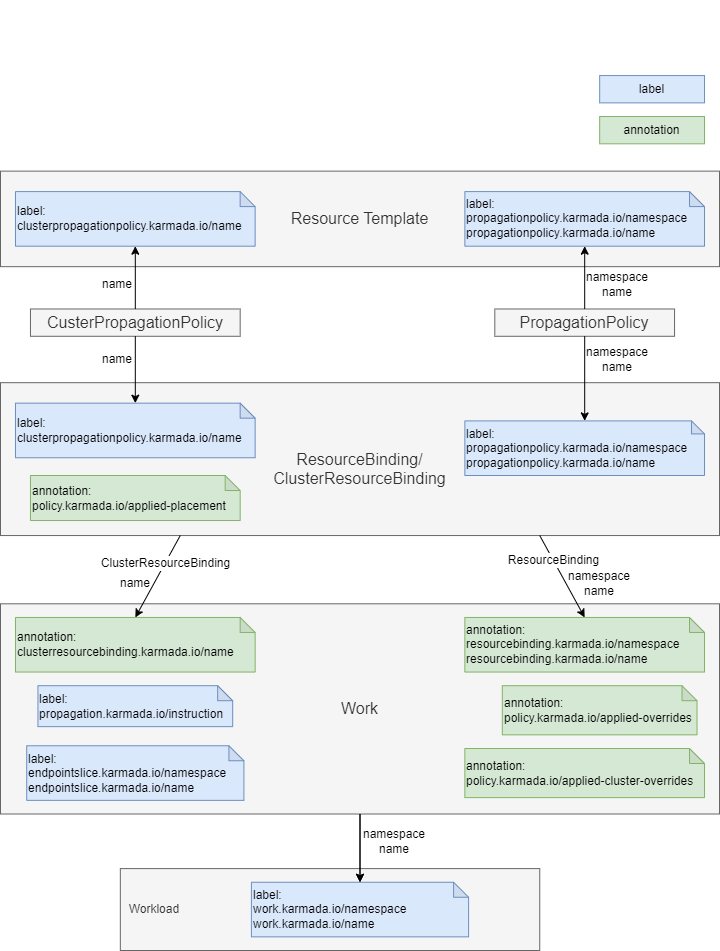
Before: docs/resources/general/object-association-map.png, a diagram exported from draw.io (karmada-io/website). Source tidied: cells renumbered, new cells last; positions are measured from the earlier drawing's top-left corner, leaving out a move shared by most shapes.
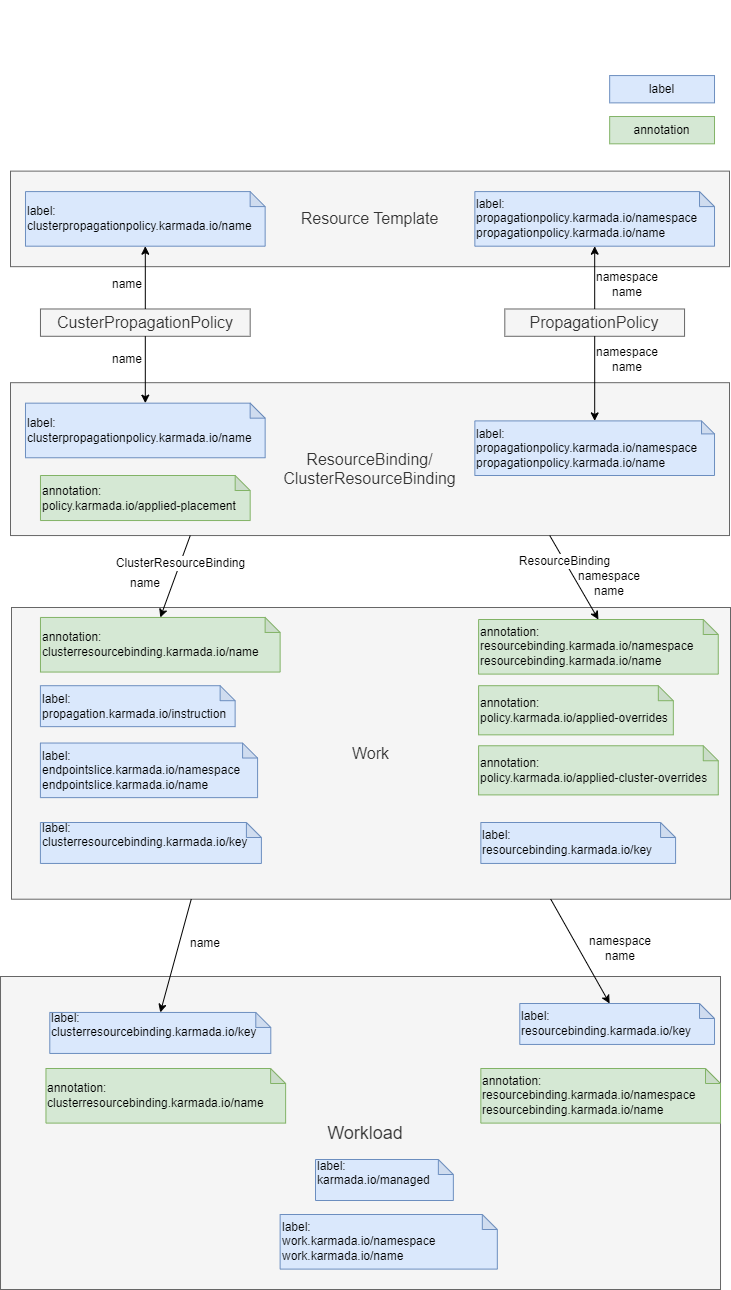
After the commit.

Commit message:
Update workload label and annotation

Change to the diagram source:
```diff
@@ -42,13 +42,13 @@
       <mxGeometry x="30" y="475" width="209.7" height="45" as="geometry" />
     </mxCell>
     <mxCell id="15" value="&lt;font style=&quot;font-size: 16px&quot;&gt;Work&lt;/font&gt;" style="rounded=0;whiteSpace=wrap;html=1;align=center;labelPosition=center;verticalLabelPosition=middle;verticalAlign=middle;fillColor=#f5f5f5;strokeColor=#666666;fontColor=#333333;" parent="1" vertex="1">
-      <mxGeometry y="603.3" width="719" height="210.2" as="geometry" />
+      <mxGeometry x="1" y="607" width="719" height="291.7" as="geometry" />
     </mxCell>
     <mxCell id="16" value="&lt;div style=&quot;font-size: 12px;&quot;&gt;&lt;span style=&quot;font-size: 12px;&quot;&gt;annotation:&lt;/span&gt;&lt;/div&gt;&lt;div style=&quot;&quot;&gt;clusterresourcebinding.karmada.io/name&lt;br style=&quot;font-size: 12px;&quot;&gt;&lt;/div&gt;" style="shape=note;html=1;backgroundOutline=1;darkOpacity=0.05;rounded=0;fontSize=12;align=left;size=15;whiteSpace=wrap;fillColor=#d5e8d4;strokeColor=#82b366;" parent="1" vertex="1">
-      <mxGeometry x="15" y="617" width="239.7" height="54.6" as="geometry" />
+      <mxGeometry x="30" y="617" width="239.7" height="54.6" as="geometry" />
     </mxCell>
     <mxCell id="17" value="&lt;div style=&quot;font-size: 12px;&quot;&gt;&lt;span style=&quot;font-size: 12px;&quot;&gt;annotation:&lt;/span&gt;&lt;/div&gt;&lt;div style=&quot;font-size: 12px;&quot;&gt;&lt;div style=&quot;font-size: 12px;&quot;&gt;resourcebinding.karmada.io/namespace&lt;/div&gt;&lt;div style=&quot;font-size: 12px;&quot;&gt;resourcebinding.karmada.io/name&lt;/div&gt;&lt;/div&gt;" style="shape=note;html=1;backgroundOutline=1;darkOpacity=0.05;rounded=0;fontSize=12;align=left;size=15;whiteSpace=wrap;fillColor=#d5e8d4;strokeColor=#82b366;" parent="1" vertex="1">
-      <mxGeometry x="464.4" y="617" width="239.7" height="54.6" as="geometry" />
+      <mxGeometry x="468.1" y="619" width="239.7" height="54.6" as="geometry" />
     </mxCell>
     <mxCell id="18" style="endArrow=classic;html=1;fontFamily=Helvetica;fontSize=8;exitX=0.5;exitY=0;exitDx=0;exitDy=0;entryX=0.5;entryY=1;entryDx=0;entryDy=0;entryPerimeter=0;" parent="1" edge="1" source="8" target="10">
       <mxGeometry x="59" y="240.6" as="geometry" />
@@ -75,27 +75,27 @@
       <mxGeometry x="-0.41" relative="1" as="geometry" />
     </mxCell>
     <mxCell id="26" value="&lt;div style=&quot;font-size: 12px;&quot;&gt;&lt;span style=&quot;font-size: 12px;&quot;&gt;label:&lt;/span&gt;&lt;/div&gt;&lt;div style=&quot;font-size: 12px;&quot;&gt;propagation.karmada.io/instruction&lt;br style=&quot;font-size: 12px;&quot;&gt;&lt;/div&gt;" style="shape=note;html=1;backgroundOutline=1;darkOpacity=0.05;rounded=0;fontSize=12;align=left;size=15;whiteSpace=wrap;fillColor=#dae8fc;strokeColor=#6c8ebf;" parent="1" vertex="1">
-      <mxGeometry x="37.4" y="685.2" width="194.7" height="40.9" as="geometry" />
+      <mxGeometry x="29.9" y="685.2" width="194.7" height="40.9" as="geometry" />
     </mxCell>
     <mxCell id="27" value="&lt;div style=&quot;font-size: 12px;&quot;&gt;&lt;span style=&quot;font-size: 12px;&quot;&gt;label:&lt;/span&gt;&lt;/div&gt;&lt;div style=&quot;font-size: 12px;&quot;&gt;&lt;div style=&quot;font-size: 12px;&quot;&gt;endpointslice.karmada.io/namespace&lt;/div&gt;&lt;div style=&quot;font-size: 12px;&quot;&gt;endpointslice.karmada.io/name&lt;/div&gt;&lt;/div&gt;" style="shape=note;html=1;backgroundOutline=1;darkOpacity=0.05;rounded=0;fontSize=12;align=left;size=15;whiteSpace=wrap;fillColor=#dae8fc;strokeColor=#6c8ebf;" parent="1" vertex="1">
-      <mxGeometry x="26.2" y="745.3" width="217.2" height="54.6" as="geometry" />
+      <mxGeometry x="29.9" y="742.5" width="217.2" height="54.6" as="geometry" />
     </mxCell>
     <mxCell id="28" value="&lt;div style=&quot;font-size: 12px;&quot;&gt;annotation:&lt;/div&gt;&lt;div style=&quot;font-size: 12px;&quot;&gt;policy.karmada.io/applied-cluster-overrides&lt;br style=&quot;font-size: 12px;&quot;&gt;&lt;/div&gt;" style="shape=note;html=1;backgroundOutline=1;darkOpacity=0.05;rounded=0;fontSize=12;align=left;size=15;whiteSpace=wrap;fillColor=#d5e8d4;strokeColor=#82b366;" parent="1" vertex="1">
-      <mxGeometry x="464.4" y="748" width="239.7" height="49.1" as="geometry" />
+      <mxGeometry x="468.1" y="745.3" width="239.7" height="49.1" as="geometry" />
     </mxCell>
     <mxCell id="29" value="&lt;div style=&quot;font-size: 12px;&quot;&gt;annotation:&lt;/div&gt;&lt;div style=&quot;font-size: 12px;&quot;&gt;policy.karmada.io/applied-overrides&lt;br style=&quot;font-size: 12px;&quot;&gt;&lt;/div&gt;" style="shape=note;html=1;backgroundOutline=1;darkOpacity=0.05;rounded=0;fontSize=12;align=left;size=15;whiteSpace=wrap;fillColor=#d5e8d4;strokeColor=#82b366;" parent="1" vertex="1">
-      <mxGeometry x="501.8" y="685.2" width="194.7" height="49.1" as="geometry" />
+      <mxGeometry x="468.1" y="685.2" width="194.7" height="49.1" as="geometry" />
     </mxCell>
-    <mxCell id="30" value="&amp;nbsp; Workload" style="rounded=0;whiteSpace=wrap;html=1;align=left;labelPosition=center;verticalLabelPosition=middle;verticalAlign=middle;fillColor=#f5f5f5;strokeColor=#666666;fontColor=#333333;" parent="1" vertex="1">
-      <mxGeometry x="119.8" y="868.1" width="419.4" height="81.9" as="geometry" />
+    <mxCell id="30" value="&lt;font style=&quot;font-size: 18px;&quot;&gt;&amp;nbsp; Workload&lt;/font&gt;" style="rounded=0;whiteSpace=wrap;html=1;align=center;labelPosition=center;verticalLabelPosition=middle;verticalAlign=middle;fillColor=#f5f5f5;strokeColor=#666666;fontColor=#333333;" parent="1" vertex="1">
+      <mxGeometry x="-10" y="976" width="720" height="313" as="geometry" />
     </mxCell>
     <mxCell id="31" value="&lt;div style=&quot;font-size: 12px;&quot;&gt;&lt;span style=&quot;font-size: 12px;&quot;&gt;label:&lt;/span&gt;&lt;/div&gt;&lt;div style=&quot;font-size: 12px;&quot;&gt;&lt;div style=&quot;font-size: 12px;&quot;&gt;work.karmada.io/namespace&lt;/div&gt;&lt;div style=&quot;font-size: 12px;&quot;&gt;work.karmada.io/name&lt;/div&gt;&lt;/div&gt;" style="shape=note;html=1;backgroundOutline=1;darkOpacity=0.05;rounded=0;fontSize=12;align=left;size=15;whiteSpace=wrap;fillColor=#dae8fc;strokeColor=#6c8ebf;" parent="1" vertex="1">
-      <mxGeometry x="250.9" y="881.8" width="217.2" height="54.6" as="geometry" />
+      <mxGeometry x="269.6" y="1214" width="217.2" height="54.6" as="geometry" />
     </mxCell>
-    <mxCell id="32" style="edgeStyle=none;rounded=0;jettySize=auto;html=1;fontFamily=Helvetica;fontSize=8;" parent="1" edge="1" source="15" target="31">
+    <mxCell id="32" style="edgeStyle=none;rounded=0;jettySize=auto;html=1;fontFamily=Helvetica;fontSize=8;entryX=0.5;entryY=0;entryDx=0;entryDy=0;entryPerimeter=0;exitX=0.25;exitY=1;exitDx=0;exitDy=0;" parent="1" edge="1" source="15" target="45">
       <mxGeometry x="59" y="240.6" as="geometry" />
     </mxCell>
-    <mxCell id="33" style="endArrow=classic;html=1;fontFamily=Helvetica;fontSize=8;exitX=0.5;exitY=1;exitDx=0;exitDy=0;entryX=0.5;entryY=0;entryDx=0;entryDy=0;entryPerimeter=0;" parent="1" edge="1" source="15" target="31">
+    <mxCell id="33" style="endArrow=classic;html=1;fontFamily=Helvetica;fontSize=8;entryX=0;entryY=0;entryDx=89.86458333333333;entryDy=0;entryPerimeter=0;exitX=0.75;exitY=1;exitDx=0;exitDy=0;" parent="1" edge="1" source="15" target="44">
       <mxGeometry x="59" y="240.6" as="geometry" />
     </mxCell>
     <mxCell id="34" value="&lt;font style=&quot;font-size: 12px&quot;&gt;name&lt;/font&gt;" style="text;html=1;strokeColor=none;fillColor=none;align=center;verticalAlign=middle;whiteSpace=wrap;rounded=0;labelBackgroundColor=none;fontSize=8;" parent="1" vertex="1">
@@ -114,10 +114,34 @@
       <mxGeometry x="569.2" y="569.2" width="59.9" height="27.3" as="geometry" />
     </mxCell>
     <mxCell id="39" value="namespace&lt;br style=&quot;font-size: 12px;&quot;&gt;name" style="text;html=1;strokeColor=none;fillColor=none;align=center;verticalAlign=middle;whiteSpace=wrap;rounded=0;labelBackgroundColor=none;fontSize=12;" parent="1" vertex="1">
-      <mxGeometry x="364" y="827.2" width="59.9" height="27.3" as="geometry" />
+      <mxGeometry x="580" y="934" width="59.9" height="27.3" as="geometry" />
     </mxCell>
     <mxCell id="40" value="name" style="text;html=1;strokeColor=none;fillColor=none;align=center;verticalAlign=middle;whiteSpace=wrap;rounded=0;labelBackgroundColor=none;fontSize=12;" parent="1" vertex="1">
       <mxGeometry x="104.9" y="569.2" width="59.9" height="27.3" as="geometry" />
     </mxCell>
+    <mxCell id="41" value="&lt;div style=&quot;font-size: 12px;&quot;&gt;&lt;span style=&quot;font-size: 12px;&quot;&gt;label:&lt;/span&gt;&lt;/div&gt;&lt;div style=&quot;&quot;&gt;resourcebinding.karmada.io/key&lt;br style=&quot;font-size: 12px;&quot;&gt;&lt;/div&gt;" style="shape=note;html=1;backgroundOutline=1;darkOpacity=0.05;rounded=0;fontSize=12;align=left;size=15;whiteSpace=wrap;fillColor=#dae8fc;strokeColor=#6c8ebf;" parent="1" vertex="1">
+      <mxGeometry x="470.3" y="822" width="194.7" height="40.9" as="geometry" />
+    </mxCell>
+    <mxCell id="42" value="&lt;div style=&quot;font-size: 12px;&quot;&gt;&lt;span style=&quot;font-size: 12px;&quot;&gt;label:&lt;/span&gt;&lt;/div&gt;&lt;div style=&quot;font-size: 12px;&quot;&gt;&lt;div&gt;clusterresourcebinding.karmada.io/key&lt;/div&gt;&lt;div&gt;&lt;br&gt;&lt;/div&gt;&lt;/div&gt;" style="shape=note;html=1;backgroundOutline=1;darkOpacity=0.05;rounded=0;fontSize=12;align=left;size=15;whiteSpace=wrap;fillColor=#dae8fc;strokeColor=#6c8ebf;" parent="1" vertex="1">
+      <mxGeometry x="29.9" y="822" width="221" height="41" as="geometry" />
+    </mxCell>
+    <mxCell id="43" value="&lt;div style=&quot;font-size: 12px;&quot;&gt;&lt;span style=&quot;font-size: 12px;&quot;&gt;label:&lt;/span&gt;&lt;/div&gt;&lt;div style=&quot;font-size: 12px;&quot;&gt;&lt;div style=&quot;font-size: 12px;&quot;&gt;karmada.io/managed&lt;/div&gt;&lt;div style=&quot;font-size: 12px;&quot;&gt;&lt;br&gt;&lt;/div&gt;&lt;/div&gt;" style="shape=note;html=1;backgroundOutline=1;darkOpacity=0.05;rounded=0;fontSize=12;align=left;size=15;whiteSpace=wrap;fillColor=#dae8fc;strokeColor=#6c8ebf;" parent="1" vertex="1">
+      <mxGeometry x="305" y="1159" width="137.8" height="41" as="geometry" />
+    </mxCell>
+    <mxCell id="44" value="&lt;div style=&quot;font-size: 12px;&quot;&gt;&lt;span style=&quot;font-size: 12px;&quot;&gt;label:&lt;/span&gt;&lt;/div&gt;&lt;div style=&quot;&quot;&gt;resourcebinding.karmada.io/key&lt;br style=&quot;font-size: 12px;&quot;&gt;&lt;/div&gt;" style="shape=note;html=1;backgroundOutline=1;darkOpacity=0.05;rounded=0;fontSize=12;align=left;size=15;whiteSpace=wrap;fillColor=#dae8fc;strokeColor=#6c8ebf;" parent="1" vertex="1">
+      <mxGeometry x="509.3" y="1003" width="194.7" height="40.9" as="geometry" />
+    </mxCell>
+    <mxCell id="45" value="&lt;div style=&quot;font-size: 12px;&quot;&gt;&lt;span style=&quot;font-size: 12px;&quot;&gt;label:&lt;/span&gt;&lt;/div&gt;&lt;div style=&quot;font-size: 12px;&quot;&gt;&lt;div&gt;clusterresourcebinding.karmada.io/key&lt;/div&gt;&lt;div&gt;&lt;br&gt;&lt;/div&gt;&lt;/div&gt;" style="shape=note;html=1;backgroundOutline=1;darkOpacity=0.05;rounded=0;fontSize=12;align=left;size=15;whiteSpace=wrap;fillColor=#dae8fc;strokeColor=#6c8ebf;" parent="1" vertex="1">
+      <mxGeometry x="39.3" y="1012" width="221" height="41" as="geometry" />
+    </mxCell>
+    <mxCell id="46" value="&lt;div style=&quot;font-size: 12px;&quot;&gt;&lt;span style=&quot;font-size: 12px;&quot;&gt;annotation:&lt;/span&gt;&lt;/div&gt;&lt;div style=&quot;font-size: 12px;&quot;&gt;&lt;div style=&quot;font-size: 12px;&quot;&gt;resourcebinding.karmada.io/namespace&lt;/div&gt;&lt;div style=&quot;font-size: 12px;&quot;&gt;resourcebinding.karmada.io/name&lt;/div&gt;&lt;/div&gt;" style="shape=note;html=1;backgroundOutline=1;darkOpacity=0.05;rounded=0;fontSize=12;align=left;size=15;whiteSpace=wrap;fillColor=#d5e8d4;strokeColor=#82b366;" parent="1" vertex="1">
+      <mxGeometry x="470.3" y="1068" width="239.7" height="54.6" as="geometry" />
+    </mxCell>
+    <mxCell id="47" value="&lt;div style=&quot;font-size: 12px;&quot;&gt;&lt;span style=&quot;font-size: 12px;&quot;&gt;annotation:&lt;/span&gt;&lt;/div&gt;&lt;div style=&quot;&quot;&gt;clusterresourcebinding.karmada.io/name&lt;br style=&quot;font-size: 12px;&quot;&gt;&lt;/div&gt;" style="shape=note;html=1;backgroundOutline=1;darkOpacity=0.05;rounded=0;fontSize=12;align=left;size=15;whiteSpace=wrap;fillColor=#d5e8d4;strokeColor=#82b366;" parent="1" vertex="1">
+      <mxGeometry x="35.5" y="1068" width="239.7" height="54.6" as="geometry" />
+    </mxCell>
+    <mxCell id="48" value="name" style="text;html=1;strokeColor=none;fillColor=none;align=center;verticalAlign=middle;whiteSpace=wrap;rounded=0;labelBackgroundColor=none;fontSize=12;" parent="1" vertex="1">
+      <mxGeometry x="164.8" y="929" width="59.9" height="27.3" as="geometry" />
+    </mxCell>
   </root>
 </mxGraphModel>
```
